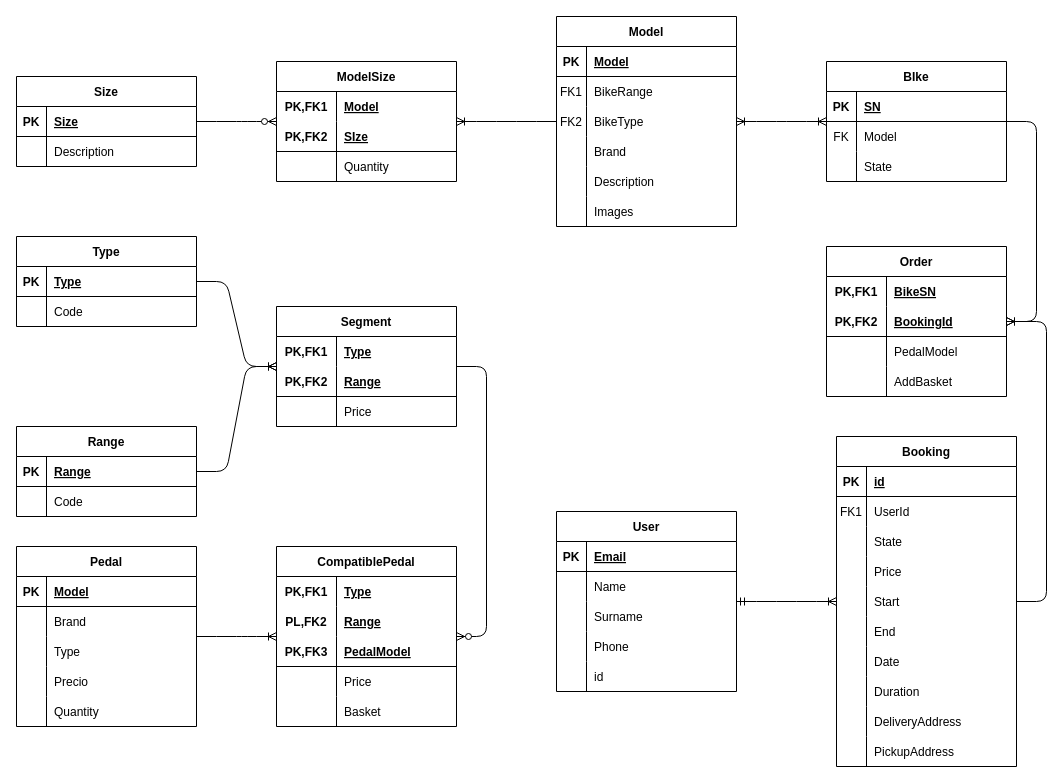
This is logicalModel.drawio from ManuelSdev/new_conil_bikes, a draw.io file, before an edit. Source tidied: cells renumbered, new cells numbered last; positions are measured from the earlier drawing's top-left corner, leaving out a move shared by most shapes. Both pictures are drawn from the tidied source at 100%, with x=0, y=0 at pixel (16, 16).
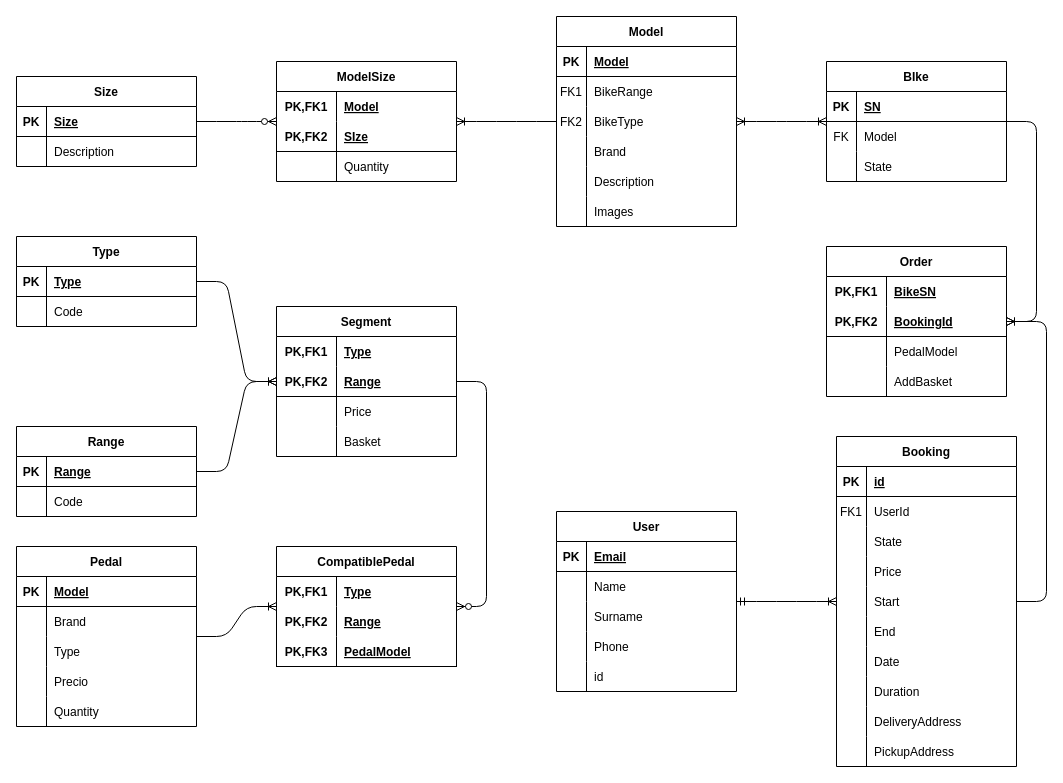
The same diagram, later.

Unchanged cells that the change refers to:
```xml
<mxCell id="97" style="shape=tableRow;horizontal=0;startSize=0;swimlaneHead=0;swimlaneBody=0;fillColor=none;top=0;left=0;right=0;bottom=0;" parent="93" vertex="1">
  <mxGeometry y="60" width="180" height="30" as="geometry" />
</mxCell>
```

Change to the diagram source:
```diff
@@
     <mxCell id="51" value="Segment" style="shape=table;startSize=30;childLayout=tableLayout;rowLines=0;fontStyle=1;align=center;" parent="1" vertex="1">
-      <mxGeometry x="260" y="290" width="180" height="120" as="geometry" />
+      <mxGeometry x="260" y="290" width="180" height="150" as="geometry" />
     </mxCell>
@@
+    <mxCell id="103" style="shape=tableRow;horizontal=0;startSize=0;swimlaneHead=0;swimlaneBody=0;fillColor=none;top=0;left=0;right=0;bottom=0;" parent="51" vertex="1">
+      <mxGeometry y="120" width="180" height="30" as="geometry" />
+    </mxCell>
+    <mxCell id="174" style="shape=partialRectangle;fillColor=none;top=0;left=0;bottom=0;right=0;overflow=hidden;" parent="103" vertex="1">
+      <mxGeometry width="60" height="30" as="geometry" />
+    </mxCell>
+    <mxCell id="108" value="Basket" style="shape=partialRectangle;fillColor=none;top=0;left=0;bottom=0;right=0;align=left;spacingLeft=6;overflow=hidden;" parent="103" vertex="1">
+      <mxGeometry x="60" width="120" height="30" as="geometry" />
+    </mxCell>
@@
     <mxCell id="93" value="CompatiblePedal" style="shape=table;startSize=30;childLayout=tableLayout;rowLines=0;fontStyle=1;align=center;" parent="1" vertex="1">
-      <mxGeometry x="260" y="530" width="180" height="180" as="geometry" />
+      <mxGeometry x="260" y="530" width="180" height="120" as="geometry" />
     </mxCell>
@@
-    <mxCell id="98" value="PL,FK2" style="shape=partialRectangle;fillColor=none;top=0;left=0;bottom=0;right=0;fontStyle=1;overflow=hidden;" parent="97" vertex="1">
+    <mxCell id="98" value="PK,FK2" style="shape=partialRectangle;fillColor=none;top=0;left=0;bottom=0;right=0;fontStyle=1;overflow=hidden;" parent="97" vertex="1">
       <mxGeometry width="60" height="30" as="geometry" />
     </mxCell>
@@
-    <mxCell id="103" style="shape=tableRow;horizontal=0;startSize=0;swimlaneHead=0;swimlaneBody=0;fillColor=none;top=0;left=0;right=0;bottom=0;" parent="93" vertex="1">
-      <mxGeometry y="120" width="180" height="30" as="geometry" />
-    </mxCell>
-    <mxCell id="104" style="shape=partialRectangle;fillColor=none;top=0;left=0;bottom=0;right=0;overflow=hidden;" parent="103" vertex="1">
-      <mxGeometry width="60" height="30" as="geometry" />
-    </mxCell>
-    <mxCell id="105" value="Price" style="shape=partialRectangle;fillColor=none;top=0;left=0;bottom=0;right=0;align=left;spacingLeft=6;overflow=hidden;" parent="103" vertex="1">
-      <mxGeometry x="60" width="120" height="30" as="geometry" />
-    </mxCell>
-    <mxCell id="106" style="shape=tableRow;horizontal=0;startSize=0;swimlaneHead=0;swimlaneBody=0;fillColor=none;top=0;left=0;right=0;bottom=0;" parent="93" vertex="1">
-      <mxGeometry y="150" width="180" height="30" as="geometry" />
-    </mxCell>
-    <mxCell id="107" style="shape=partialRectangle;fillColor=none;top=0;left=0;bottom=0;right=0;overflow=hidden;" parent="106" vertex="1">
-      <mxGeometry width="60" height="30" as="geometry" />
-    </mxCell>
-    <mxCell id="108" value="Basket" style="shape=partialRectangle;fillColor=none;top=0;left=0;bottom=0;right=0;align=left;spacingLeft=6;overflow=hidden;" parent="106" vertex="1">
-      <mxGeometry x="60" width="120" height="30" as="geometry" />
-    </mxCell>
```
